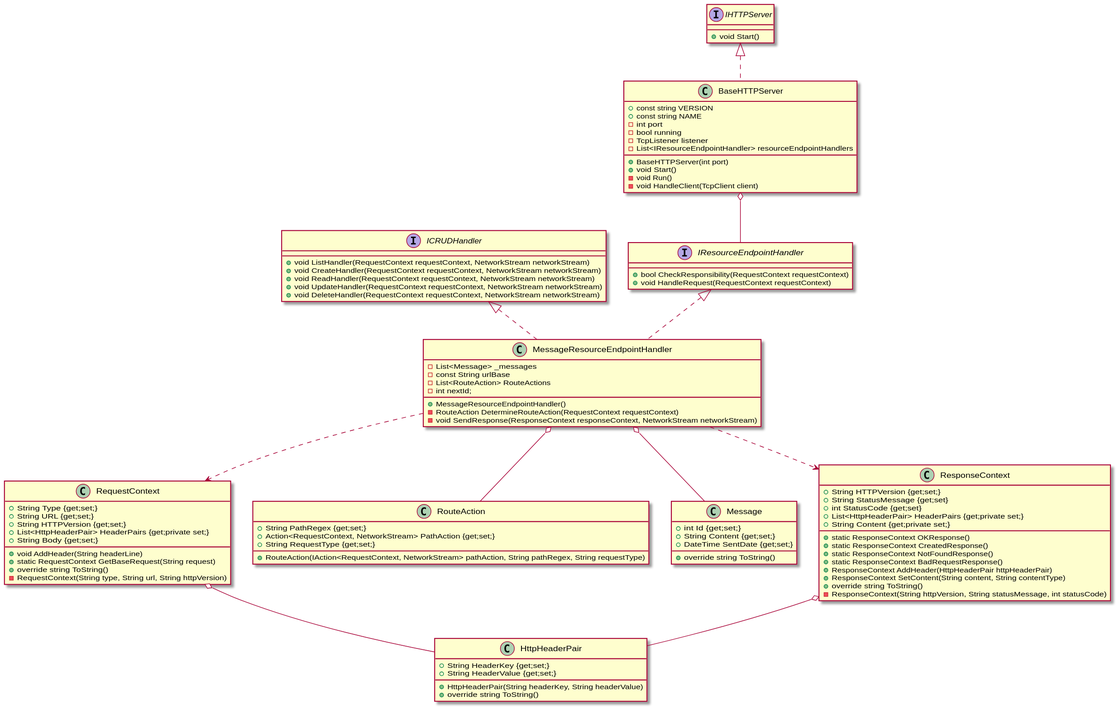
Above: httprestserver_classdiagram/httprestserver_classdiagram.svg in kretmatt/SWE1-REST-HTTP-Webservice (PlantUML), before the change.
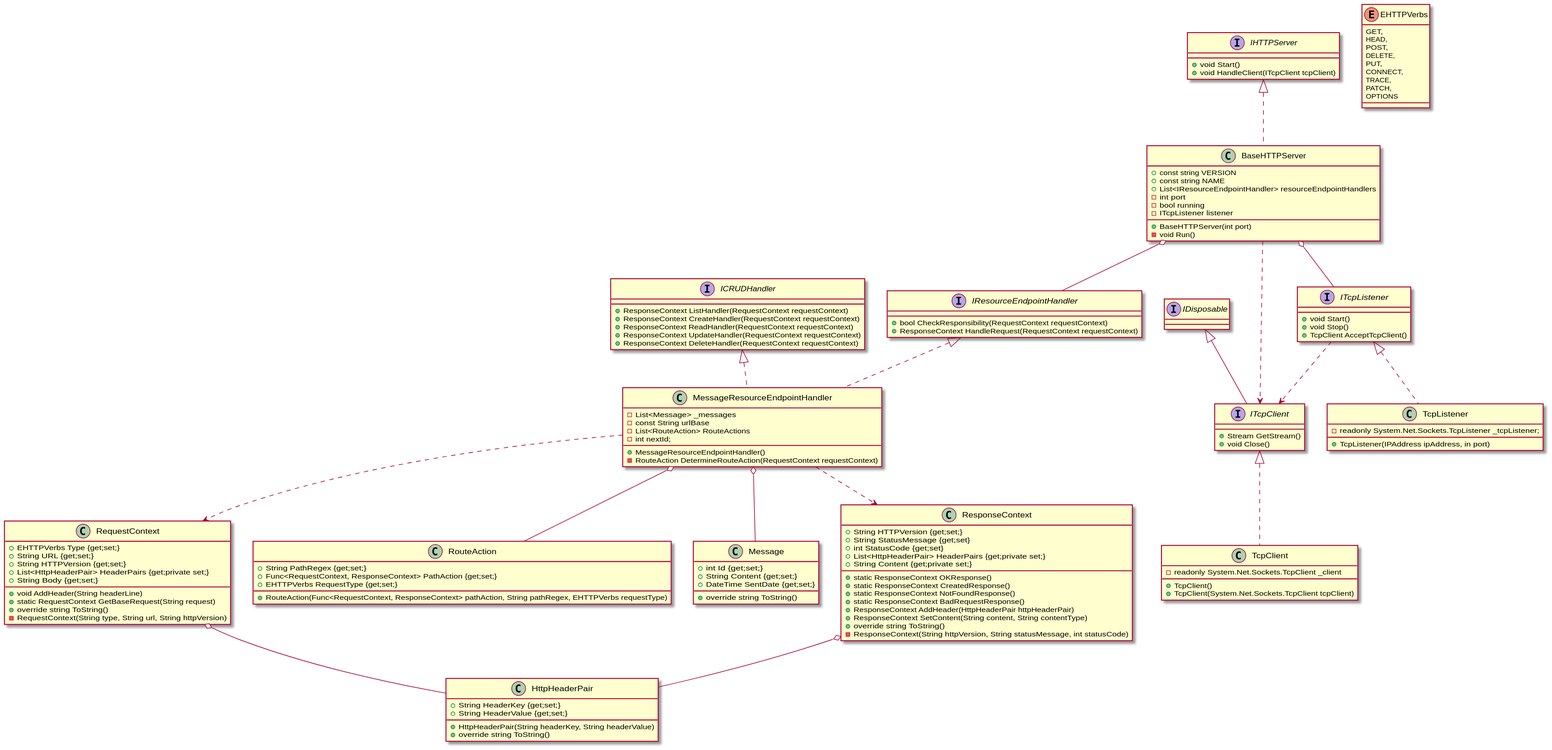
After the change.

Commit message:
Update class diagram

Change to the diagram source:
```diff
@@ -2,19 +2,18 @@
 class BaseHTTPServer implements IHTTPServer{
     + const string VERSION
     + const string NAME
+    + List<IResourceEndpointHandler> resourceEndpointHandlers
     - int port
     - bool running
-    - TcpListener listener
-    - List<IResourceEndpointHandler> resourceEndpointHandlers
+    - ITcpListener listener
+
 
     + BaseHTTPServer(int port)
-    + void Start()
     - void Run()
-    - void HandleClient(TcpClient client)
 }
 
 class RequestContext{
-    + String Type {get;set;}
+    + EHTTPVerbs Type {get;set;}
     + String URL {get;set;}
     + String HTTPVersion {get;set;}
     + List<HttpHeaderPair> HeaderPairs {get;private set;}
@@ -36,15 +35,15 @@
 
 interface IResourceEndpointHandler{
     + bool CheckResponsibility(RequestContext requestContext)
-    + void HandleRequest(RequestContext requestContext)
+    + ResponseContext HandleRequest(RequestContext requestContext)
 }
 
 interface ICRUDHandler{
-    + void ListHandler(RequestContext requestContext, NetworkStream networkStream)
-    + void CreateHandler(RequestContext requestContext, NetworkStream networkStream)
-    + void ReadHandler(RequestContext requestContext, NetworkStream networkStream)
-    + void UpdateHandler(RequestContext requestContext, NetworkStream networkStream)
-    + void DeleteHandler(RequestContext requestContext, NetworkStream networkStream)
+    + ResponseContext ListHandler(RequestContext requestContext)
+    + ResponseContext CreateHandler(RequestContext requestContext)
+    + ResponseContext ReadHandler(RequestContext requestContext)
+    + ResponseContext UpdateHandler(RequestContext requestContext)
+    + ResponseContext DeleteHandler(RequestContext requestContext)
 }
 
 class MessageResourceEndpointHandler implements IResourceEndpointHandler, ICRUDHandler{
@@ -55,14 +54,13 @@
 
     + MessageResourceEndpointHandler()
     - RouteAction DetermineRouteAction(RequestContext requestContext)
-    - void SendResponse(ResponseContext responseContext, NetworkStream networkStream)
 }
  class RouteAction{
      + String PathRegex {get;set;}
-     + Action<RequestContext, NetworkStream> PathAction {get;set;}
-     + String RequestType {get;set;}
+     + Func<RequestContext, ResponseContext> PathAction {get;set;}
+     + EHTTPVerbs RequestType {get;set;}
 
-     + RouteAction(IAction<RequestContext, NetworkStream> pathAction, String pathRegex, String requestType)
+     + RouteAction(Func<RequestContext, ResponseContext> pathAction, String pathRegex, EHTTPVerbs requestType)
  }
 
  class Message{
@@ -92,6 +90,44 @@
 
 interface IHTTPServer{
     + void Start()
+    + void HandleClient(ITcpClient tcpClient)
+}
+
+
+enum EHTTPVerbs{
+    GET,
+    HEAD,
+    POST,
+    DELETE,
+    PUT,
+    CONNECT,
+    TRACE,
+    PATCH,
+    OPTIONS
+}
+
+interface ITcpClient implements IDisposable{
+    + Stream GetStream()
+    + void Close()
+}
+
+interface ITcpListener{
+    + void Start()
+    + void Stop()
+    + TcpClient AcceptTcpClient()
+}
+
+class TcpClient implements ITcpClient{
+    - readonly System.Net.Sockets.TcpClient _client
+
+    + TcpClient()
+    + TcpClient(System.Net.Sockets.TcpClient tcpClient)
+}
+
+class TcpListener implements ITcpListener{
+    - readonly System.Net.Sockets.TcpListener _tcpListener;
+
+    + TcpListener(IPAddress ipAddress, in port)
 }
 
 
@@ -102,4 +138,7 @@
  MessageResourceEndpointHandler ..> ResponseContext
  MessageResourceEndpointHandler ..> RequestContext
  ResponseContext o-- HttpHeaderPair
+ BaseHTTPServer ..> ITcpClient
+ BaseHTTPServer o-- ITcpListener
+ ITcpListener ..> ITcpClient
 @enduml
```
